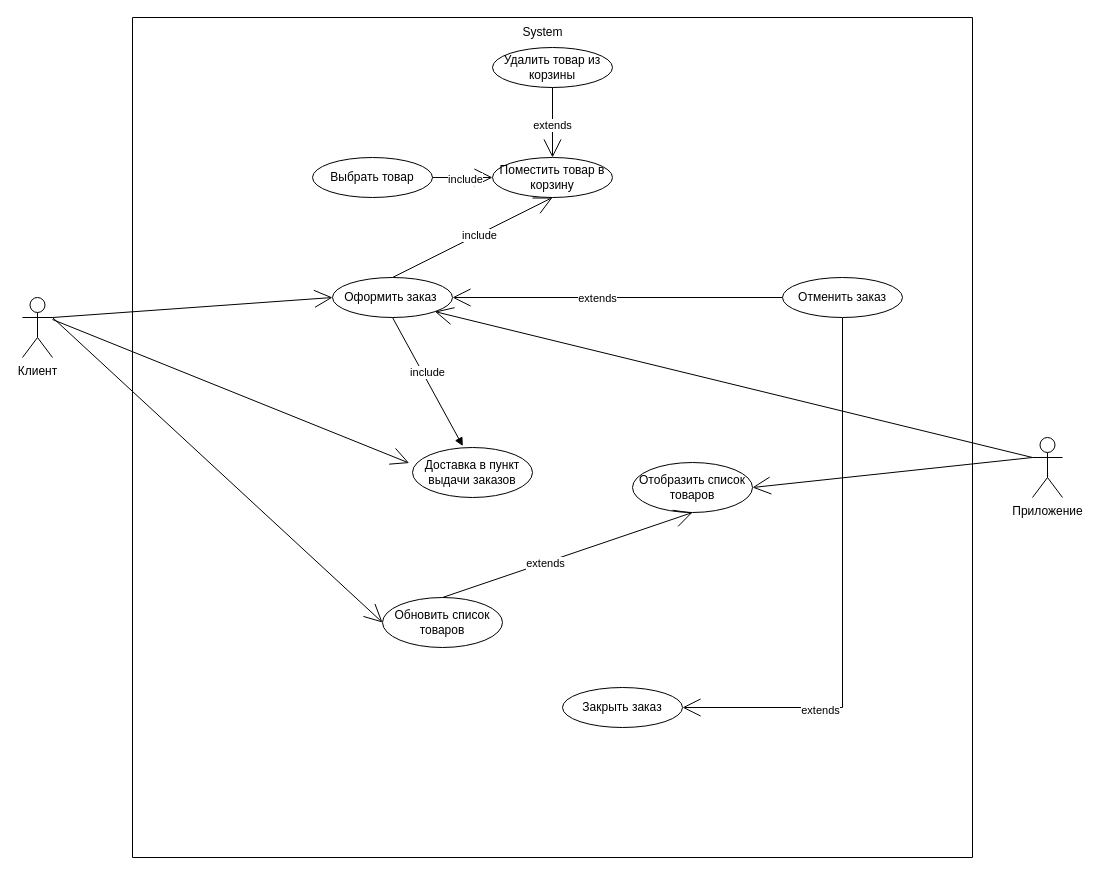
This is lab/ozon_precedents.drawio from l3xs1s/Model, a draw.io file, before an edit. Source tidied: cells renumbered, new cells numbered last; positions are measured from the earlier drawing's top-left corner, leaving out a move shared by most shapes. Both pictures are drawn from the tidied source at 100%, with x=0, y=0 at pixel (22, 17).
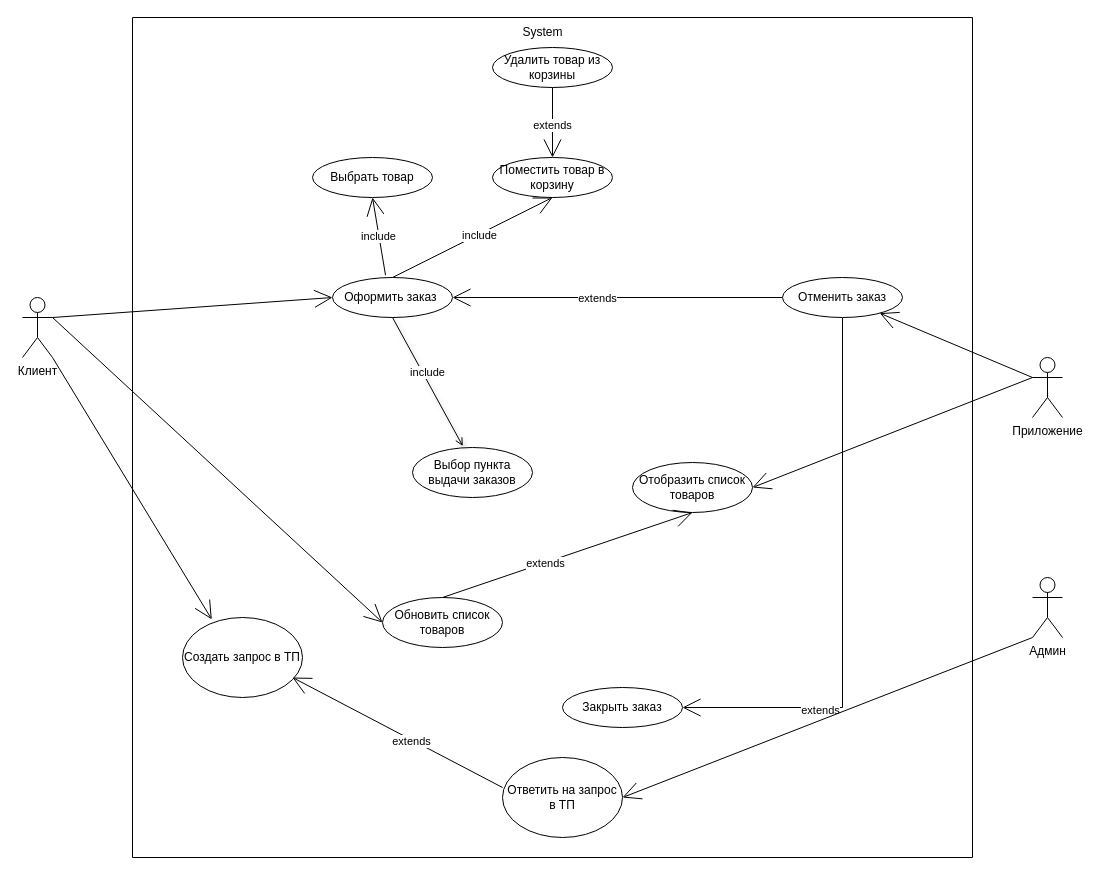
The same page after the edit.

Unchanged cells that the change refers to:
```xml
<mxCell id="2" value="Клиент" style="shape=umlActor;verticalLabelPosition=bottom;verticalAlign=top;html=1;" parent="1" vertex="1">
  <mxGeometry y="280" width="30" height="60" as="geometry" />
</mxCell>
<mxCell id="4" value="Оформить заказ&amp;nbsp;" style="ellipse;whiteSpace=wrap;html=1;" parent="1" vertex="1">
  <mxGeometry x="310" y="260" width="120" height="40" as="geometry" />
</mxCell>
<mxCell id="13" value="Отменить заказ" style="ellipse;whiteSpace=wrap;html=1;" parent="1" vertex="1">
  <mxGeometry x="760" y="260" width="120" height="40" as="geometry" />
</mxCell>
<mxCell id="16" style="swimlane;startSize=0;" parent="1" vertex="1">
  <mxGeometry x="110" width="840" height="840" as="geometry" />
</mxCell>
<mxCell id="23" value="Поместить товар в корзину" style="ellipse;whiteSpace=wrap;html=1;" parent="16" vertex="1">
  <mxGeometry x="360" y="140" width="120" height="40" as="geometry" />
</mxCell>
<mxCell id="27" value="Выбрать товар" style="ellipse;whiteSpace=wrap;html=1;" parent="16" vertex="1">
  <mxGeometry x="180" y="140" width="120" height="40" as="geometry" />
</mxCell>
```

Change to the diagram source:
```diff
@@
     <mxCell id="3" value="Приложение" style="shape=umlActor;verticalLabelPosition=bottom;verticalAlign=top;html=1;" parent="1" vertex="1">
-      <mxGeometry x="1010" y="420" width="30" height="60" as="geometry" />
+      <mxGeometry x="1010" y="340" width="30" height="60" as="geometry" />
     </mxCell>
@@
-    <mxCell id="10" style="endArrow=open;endSize=16;endFill=0;html=1;rounded=0;exitX=0;exitY=0.3333333333333333;exitDx=0;exitDy=0;exitPerimeter=0;entryX=1;entryY=1;entryDx=0;entryDy=0;" parent="1" edge="1" source="3" target="4">
-      <mxGeometry relative="1" as="geometry" />
-    </mxCell>
@@
-    <mxCell id="18" value="Доставка в пункт выдачи заказов" style="ellipse;whiteSpace=wrap;html=1;" parent="16" vertex="1">
+    <mxCell id="18" value="Выбор пункта выдачи заказов" style="ellipse;whiteSpace=wrap;html=1;" parent="16" vertex="1">
       <mxGeometry x="280" y="430" width="120" height="50" as="geometry" />
     </mxCell>
@@
-    <mxCell id="28" style="endArrow=open;endSize=16;endFill=0;html=1;rounded=0;exitX=1;exitY=0.5;exitDx=0;exitDy=0;entryX=0;entryY=0.5;entryDx=0;entryDy=0;" parent="16" edge="1" source="27" target="23">
-      <mxGeometry relative="1" as="geometry" />
-    </mxCell>
+    <mxCell id="30" value="Закрыть заказ" style="ellipse;whiteSpace=wrap;html=1;" parent="16" vertex="1">
+      <mxGeometry x="430" y="670" width="120" height="40" as="geometry" />
+    </mxCell>
+    <mxCell id="33" value="Создать запрос в ТП" style="ellipse;whiteSpace=wrap;html=1;" parent="16" vertex="1">
+      <mxGeometry x="50" y="600" width="120" height="80" as="geometry" />
+    </mxCell>
+    <mxCell id="34" value="Ответить на запрос в ТП" style="ellipse;whiteSpace=wrap;html=1;" parent="16" vertex="1">
+      <mxGeometry x="370" y="740" width="120" height="80" as="geometry" />
+    </mxCell>
+    <mxCell id="35" style="endArrow=open;endSize=16;endFill=0;html=1;rounded=0;exitX=0;exitY=0.3333333333333333;exitDx=0;exitDy=0;exitPerimeter=0;" parent="16" edge="1">
+      <mxGeometry relative="1" as="geometry">
+        <mxPoint x="370" y="770" as="sourcePoint" />
+        <mxPoint x="160" y="660" as="targetPoint" />
+      </mxGeometry>
+    </mxCell>
+    <mxCell id="36" value="extends" style="edgeLabel;html=1;align=center;verticalAlign=middle;" parent="35" vertex="1">
+      <mxGeometry x="-0.13" y="1" relative="1" as="geometry" />
+    </mxCell>
+    <mxCell id="32" value="include" style="html=1;verticalAlign=bottom;endArrow=open;curved=0;rounded=0;entryX=0.419;entryY=-0.029;entryDx=0;entryDy=0;entryPerimeter=0;exitX=0.5;exitY=1;exitDx=0;exitDy=0;shadow=1;endFill=0;" parent="1" edge="1" source="4" target="18">
+      <mxGeometry relative="1" as="geometry" />
+    </mxCell>
+    <mxCell id="37" value="Админ" style="shape=umlActor;verticalLabelPosition=bottom;verticalAlign=top;html=1;outlineConnect=0;" parent="1" vertex="1">
+      <mxGeometry x="1010" y="560" width="30" height="60" as="geometry" />
+    </mxCell>
+    <mxCell id="38" style="endArrow=open;endSize=16;endFill=0;html=1;rounded=0;exitX=0;exitY=0.3333333333333333;exitDx=0;exitDy=0;exitPerimeter=0;" parent="1" edge="1" source="3" target="13">
+      <mxGeometry relative="1" as="geometry" />
+    </mxCell>
+    <mxCell id="39" style="endArrow=open;endSize=16;endFill=0;html=1;rounded=0;entryX=0.5;entryY=1;entryDx=0;entryDy=0;exitX=0.442;exitY=-0.057;exitDx=0;exitDy=0;exitPerimeter=0;" parent="1" edge="1" source="4" target="27">
+      <mxGeometry relative="1" as="geometry" />
+    </mxCell>
-    <mxCell id="29" value="include" style="edgeLabel;html=1;align=center;verticalAlign=middle;" parent="28" vertex="1">
-      <mxGeometry x="0.07" y="-1" relative="1" as="geometry" />
+    <mxCell id="29" value="include" style="edgeLabel;html=1;align=center;verticalAlign=middle;" parent="39" vertex="1">
+      <mxGeometry x="0.01" y="1" relative="1" as="geometry" />
     </mxCell>
-    <mxCell id="30" value="Закрыть заказ" style="ellipse;whiteSpace=wrap;html=1;" parent="16" vertex="1">
-      <mxGeometry x="430" y="670" width="120" height="40" as="geometry" />
-    </mxCell>
-    <mxCell id="31" style="endArrow=open;endSize=16;endFill=0;html=1;rounded=0;exitX=0.693;exitY=0.823;exitDx=0;exitDy=0;exitPerimeter=0;entryX=-0.028;entryY=0.311;entryDx=0;entryDy=0;entryPerimeter=0;" parent="1" edge="1" target="18">
-      <mxGeometry relative="1" as="geometry">
-        <mxPoint x="30" y="302" as="sourcePoint" />
-      </mxGeometry>
-    </mxCell>
-    <mxCell id="32" value="include" style="html=1;verticalAlign=bottom;endArrow=block;curved=0;rounded=0;entryX=0.419;entryY=-0.029;entryDx=0;entryDy=0;entryPerimeter=0;exitX=0.5;exitY=1;exitDx=0;exitDy=0;" parent="1" edge="1" source="4" target="18">
-      <mxGeometry relative="1" as="geometry" />
-    </mxCell>
+    <mxCell id="40" style="endArrow=open;endSize=16;endFill=0;html=1;rounded=0;entryX=1;entryY=0.5;entryDx=0;entryDy=0;exitX=0;exitY=1;exitDx=0;exitDy=0;exitPerimeter=0;" parent="1" edge="1" source="37" target="34">
+      <mxGeometry relative="1" as="geometry" />
+    </mxCell>
+    <mxCell id="41" style="endArrow=open;endSize=16;endFill=0;html=1;rounded=0;entryX=0.244;entryY=0.024;entryDx=0;entryDy=0;exitX=1;exitY=1;exitDx=0;exitDy=0;exitPerimeter=0;entryPerimeter=0;" parent="1" edge="1" source="2" target="33">
+      <mxGeometry relative="1" as="geometry" />
+    </mxCell>
```
